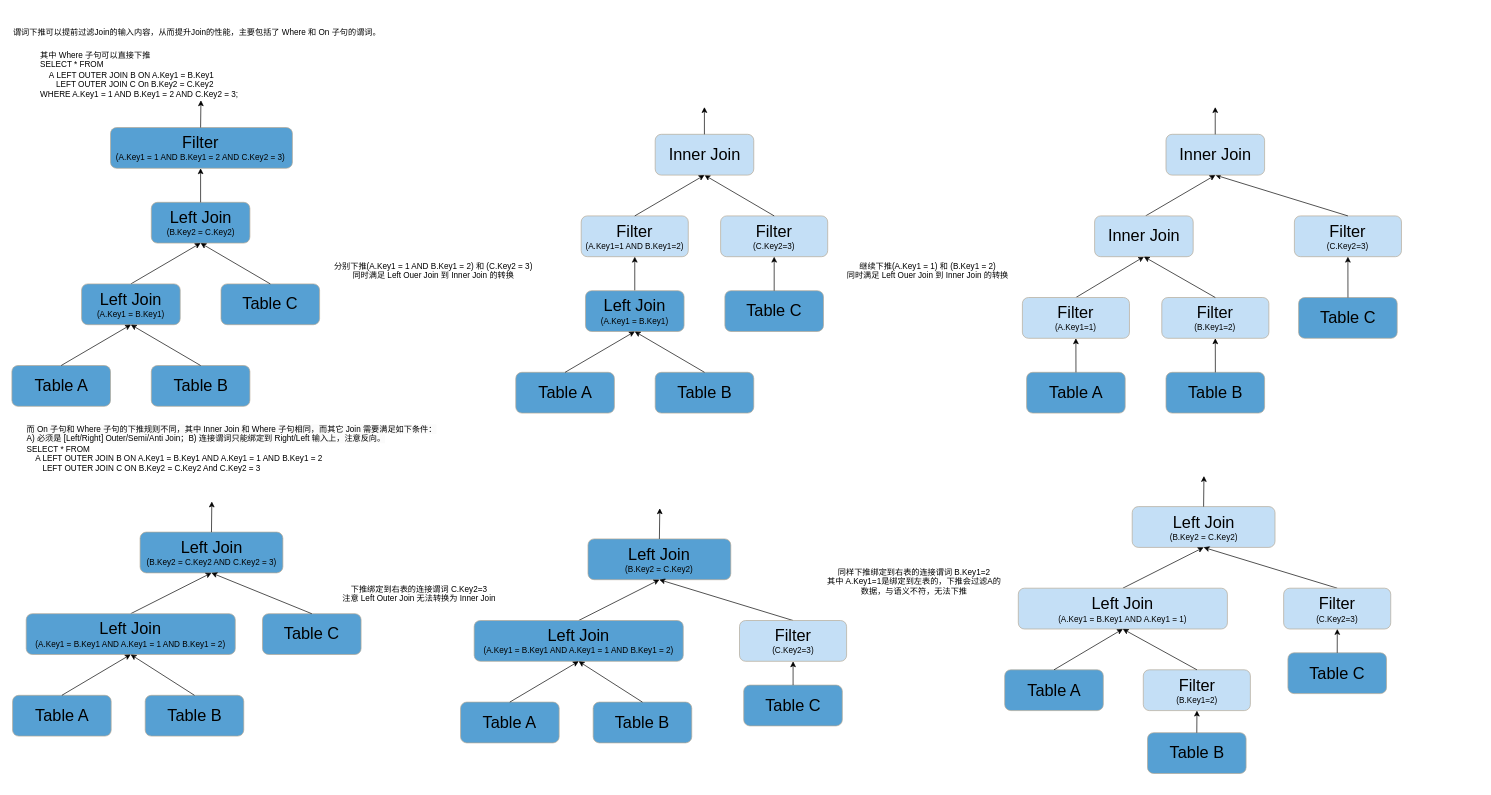
Earlier version of the draw.io diagram database/Optimize02.drawio (gohalo/mind). Source tidied: cells renumbered, new cells numbered last; positions are measured from the earlier drawing's top-left corner, leaving out a move shared by most shapes. Both pictures are drawn from the tidied source at 68%, with x=0, y=0 at pixel (12, 12).
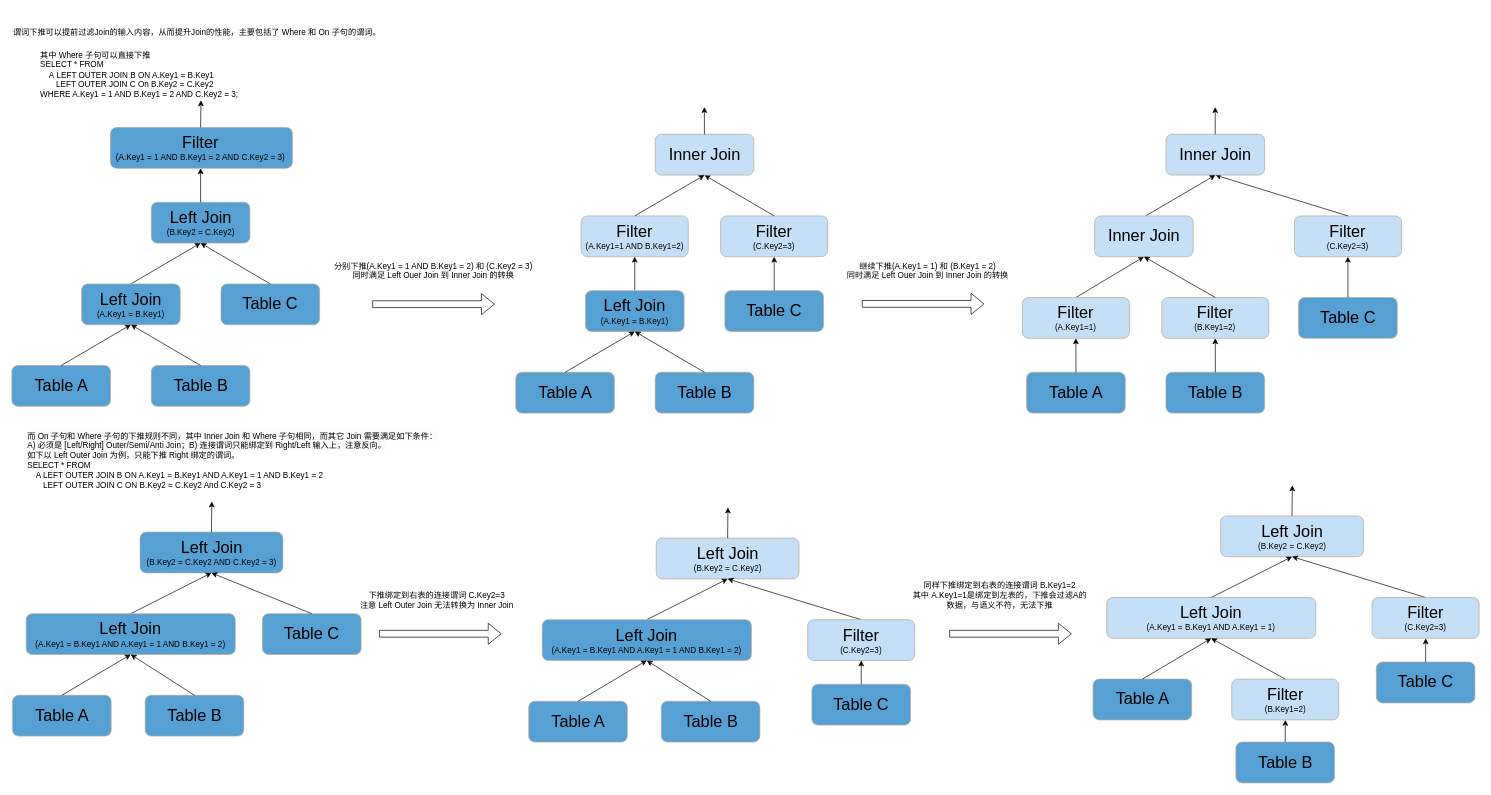
The same diagram, later.

The edit, as a diff of the source:
```diff
@@
-    <mxCell id="69" value="&lt;span style=&quot;color: rgb(0, 0, 0); font-family: Helvetica; font-size: 12px; font-style: normal; font-variant-ligatures: normal; font-variant-caps: normal; font-weight: 400; letter-spacing: normal; orphans: 2; text-align: left; text-indent: 0px; text-transform: none; widows: 2; word-spacing: 0px; -webkit-text-stroke-width: 0px; background-color: rgb(251, 251, 251); text-decoration-thickness: initial; text-decoration-style: initial; text-decoration-color: initial; float: none; display: inline !important;&quot;&gt;而 On 子句和 Where 子句的下推规则不同，其中 Inner Join 和 Where 子句相同，而其它 Join 需要满足如下条件：&lt;/span&gt;&lt;br style=&quot;border-color: var(--border-color); color: rgb(0, 0, 0); font-family: Helvetica; font-size: 12px; font-style: normal; font-variant-ligatures: normal; font-variant-caps: normal; font-weight: 400; letter-spacing: normal; orphans: 2; text-align: left; text-indent: 0px; text-transform: none; widows: 2; word-spacing: 0px; -webkit-text-stroke-width: 0px; background-color: rgb(251, 251, 251); text-decoration-thickness: initial; text-decoration-style: initial; text-decoration-color: initial;&quot;&gt;&lt;span style=&quot;orphans: 2; text-align: left; text-indent: 0px; widows: 2; background-color: rgb(251, 251, 251); text-decoration-thickness: initial; text-decoration-style: initial; text-decoration-color: initial; float: none; display: inline !important;&quot;&gt;A)&amp;nbsp;必须是 [Left/Right] Outer/Semi/Anti Join；B) 连接谓词只能绑定到 Right/Left 输入上，注意反向。&lt;br&gt;&lt;div style=&quot;&quot;&gt;SELECT * FROM&lt;/div&gt;&lt;div style=&quot;&quot;&gt;&amp;nbsp; &amp;nbsp; A LEFT OUTER JOIN B ON A.Key1 = B.Key1 AND A.Key1 = 1 AND B.Key1 = 2&lt;/div&gt;&lt;div style=&quot;&quot;&gt;&amp;nbsp; &amp;nbsp; &amp;nbsp; &amp;nbsp;LEFT OUTER JOIN C ON B.Key2 = C.Key2 And C.Key2 = 3&lt;br&gt;&lt;/div&gt;&lt;div style=&quot;color: rgb(0, 0, 0); font-family: Helvetica; font-size: 12px; font-style: normal; font-variant-ligatures: normal; font-variant-caps: normal; font-weight: 400; letter-spacing: normal; text-transform: none; word-spacing: 0px; -webkit-text-stroke-width: 0px;&quot;&gt;&lt;br&gt;&lt;/div&gt;&lt;/span&gt;" style="text;whiteSpace=wrap;html=1;" parent="1" vertex="1">
-      <mxGeometry x="20" y="600" width="676" height="90" as="geometry" />
+    <mxCell id="69" value="&lt;span style=&quot;color: rgb(0, 0, 0); font-family: Helvetica; font-size: 12px; font-style: normal; font-variant-ligatures: normal; font-variant-caps: normal; font-weight: 400; letter-spacing: normal; orphans: 2; text-align: left; text-indent: 0px; text-transform: none; widows: 2; word-spacing: 0px; -webkit-text-stroke-width: 0px; background-color: rgb(251, 251, 251); text-decoration-thickness: initial; text-decoration-style: initial; text-decoration-color: initial; float: none; display: inline !important;&quot;&gt;而 On 子句和 Where 子句的下推规则不同，其中 Inner Join 和 Where 子句相同，而其它 Join 需要满足如下条件：&lt;/span&gt;&lt;br style=&quot;border-color: var(--border-color); color: rgb(0, 0, 0); font-family: Helvetica; font-size: 12px; font-style: normal; font-variant-ligatures: normal; font-variant-caps: normal; font-weight: 400; letter-spacing: normal; orphans: 2; text-align: left; text-indent: 0px; text-transform: none; widows: 2; word-spacing: 0px; -webkit-text-stroke-width: 0px; background-color: rgb(251, 251, 251); text-decoration-thickness: initial; text-decoration-style: initial; text-decoration-color: initial;&quot;&gt;&lt;span style=&quot;orphans: 2; text-align: left; text-indent: 0px; widows: 2; background-color: rgb(251, 251, 251); text-decoration-thickness: initial; text-decoration-style: initial; text-decoration-color: initial; float: none; display: inline !important;&quot;&gt;A)&amp;nbsp;必须是 [Left/Right] Outer/Semi/Anti Join；B) 连接谓词只能绑定到 Right/Left 输入上，注意反向。&lt;br&gt;如下以 Left Outer Join 为例，只能下推 Right 绑定的谓词。&lt;br&gt;&lt;div style=&quot;&quot;&gt;SELECT * FROM&lt;/div&gt;&lt;div style=&quot;&quot;&gt;&amp;nbsp; &amp;nbsp; A LEFT OUTER JOIN B ON A.Key1 = B.Key1 AND A.Key1 = 1 AND B.Key1 = 2&lt;/div&gt;&lt;div style=&quot;&quot;&gt;&amp;nbsp; &amp;nbsp; &amp;nbsp; &amp;nbsp;LEFT OUTER JOIN C ON B.Key2 = C.Key2 And C.Key2 = 3&lt;br&gt;&lt;/div&gt;&lt;div style=&quot;color: rgb(0, 0, 0); font-family: Helvetica; font-size: 12px; font-style: normal; font-variant-ligatures: normal; font-variant-caps: normal; font-weight: 400; letter-spacing: normal; text-transform: none; word-spacing: 0px; -webkit-text-stroke-width: 0px;&quot;&gt;&lt;br&gt;&lt;/div&gt;&lt;/span&gt;" style="text;whiteSpace=wrap;html=1;" parent="1" vertex="1">
+      <mxGeometry x="21" y="610" width="676" height="100" as="geometry" />
     </mxCell>
@@
     <mxCell id="85" value="下推绑定到右表的连接谓词 C.Key2=3&lt;br&gt;注意 Left Outer Join 无法转换为 Inner Join" style="text;whiteSpace=wrap;html=1;align=center;" parent="1" vertex="1">
-      <mxGeometry x="443.5" y="835" width="310" height="40" as="geometry" />
+      <mxGeometry x="470" y="845" width="310" height="40" as="geometry" />
     </mxCell>
-    <mxCell id="86" style="rounded=1;whiteSpace=wrap;html=1;strokeColor=#b4a996;fillColor=#56a0d3;" parent="1" vertex="1">
-      <mxGeometry x="847.2" y="775" width="210" height="60" as="geometry" />
+    <mxCell id="86" style="rounded=1;whiteSpace=wrap;html=1;strokeColor=#b4a996;fillColor=#C4DFF6;" parent="1" vertex="1">
+      <mxGeometry x="947.5" y="773.8" width="210" height="60" as="geometry" />
     </mxCell>
     <mxCell id="87" value="&lt;font style=&quot;&quot;&gt;&lt;span style=&quot;font-size: 24px;&quot;&gt;Left Join&lt;br&gt;&lt;/span&gt;(B.Key2 = C.Key2)&lt;br&gt;&lt;/font&gt;" style="text;html=1;strokeColor=none;fillColor=none;align=center;verticalAlign=middle;whiteSpace=wrap;rounded=0;" parent="1" vertex="1">
-      <mxGeometry x="852.2" y="775" width="200" height="60" as="geometry" />
+      <mxGeometry x="973.8" y="773.8" width="157.5" height="60" as="geometry" />
     </mxCell>
     <mxCell id="88" style="rounded=1;whiteSpace=wrap;html=1;strokeColor=#b4a996;fillColor=#56a0d3;" parent="1" vertex="1">
-      <mxGeometry x="1076.2" y="990" width="145" height="60" as="geometry" />
+      <mxGeometry x="1176.5" y="988.8" width="145" height="60" as="geometry" />
     </mxCell>
     <mxCell id="89" value="&lt;font style=&quot;&quot;&gt;&lt;span style=&quot;font-size: 24px;&quot;&gt;Table C&lt;/span&gt;&lt;br&gt;&lt;/font&gt;" style="text;html=1;strokeColor=none;fillColor=none;align=center;verticalAlign=middle;whiteSpace=wrap;rounded=0;" parent="1" vertex="1">
-      <mxGeometry x="1088.8" y="990" width="120" height="60" as="geometry" />
+      <mxGeometry x="1189" y="988.8" width="120" height="60" as="geometry" />
     </mxCell>
@@
     <mxCell id="92" style="endArrow=classic;html=1;rounded=0;exitX=0.5;exitY=0;exitDx=0;exitDy=0;" parent="1" edge="1" source="87">
       <mxGeometry relative="1" as="geometry">
-        <mxPoint x="952.8" y="730" as="targetPoint" />
+        <mxPoint x="1053" y="728.8" as="targetPoint" />
       </mxGeometry>
     </mxCell>
     <mxCell id="93" style="rounded=1;whiteSpace=wrap;html=1;strokeColor=#b4a996;fillColor=#56a0d3;" parent="1" vertex="1">
-      <mxGeometry x="679.8" y="895" width="307.5" height="60" as="geometry" />
+      <mxGeometry x="780" y="893.8" width="307.5" height="60" as="geometry" />
     </mxCell>
     <mxCell id="94" value="&lt;font style=&quot;&quot;&gt;&lt;span style=&quot;font-size: 24px;&quot;&gt;Left Join&lt;br&gt;&lt;/span&gt;(A.Key1 = B.Key1 AND A.Key1 = 1 AND B.Key1 = 2)&lt;br&gt;&lt;/font&gt;" style="text;html=1;strokeColor=none;fillColor=none;align=center;verticalAlign=middle;whiteSpace=wrap;rounded=0;" parent="1" vertex="1">
-      <mxGeometry x="691" y="895" width="285" height="60" as="geometry" />
+      <mxGeometry x="791.2" y="893.8" width="285" height="60" as="geometry" />
     </mxCell>
     <mxCell id="95" style="rounded=1;whiteSpace=wrap;html=1;strokeColor=#b4a996;fillColor=#56a0d3;" parent="1" vertex="1">
-      <mxGeometry x="659.8" y="1015" width="145" height="60" as="geometry" />
+      <mxGeometry x="760" y="1013.8" width="145" height="60" as="geometry" />
     </mxCell>
     <mxCell id="96" value="&lt;font style=&quot;&quot;&gt;&lt;span style=&quot;font-size: 24px;&quot;&gt;Table A&lt;/span&gt;&lt;br&gt;&lt;/font&gt;" style="text;html=1;strokeColor=none;fillColor=none;align=center;verticalAlign=middle;whiteSpace=wrap;rounded=0;" parent="1" vertex="1">
-      <mxGeometry x="672.2" y="1015" width="120" height="60" as="geometry" />
+      <mxGeometry x="772.5" y="1013.8" width="120" height="60" as="geometry" />
     </mxCell>
     <mxCell id="97" style="rounded=1;whiteSpace=wrap;html=1;strokeColor=#b4a996;fillColor=#56a0d3;" parent="1" vertex="1">
-      <mxGeometry x="854.8" y="1015" width="145" height="60" as="geometry" />
+      <mxGeometry x="955" y="1013.8" width="145" height="60" as="geometry" />
     </mxCell>
     <mxCell id="98" value="&lt;font style=&quot;&quot;&gt;&lt;span style=&quot;font-size: 24px;&quot;&gt;Table B&lt;/span&gt;&lt;br&gt;&lt;/font&gt;" style="text;html=1;strokeColor=none;fillColor=none;align=center;verticalAlign=middle;whiteSpace=wrap;rounded=0;" parent="1" vertex="1">
-      <mxGeometry x="867.2" y="1015" width="120" height="60" as="geometry" />
+      <mxGeometry x="967.5" y="1013.8" width="120" height="60" as="geometry" />
     </mxCell>
@@
     <mxCell id="101" style="rounded=1;whiteSpace=wrap;html=1;strokeColor=#b4a996;fillColor=#c4dff6;" parent="1" vertex="1">
-      <mxGeometry x="1070" y="895" width="157.5" height="60" as="geometry" />
+      <mxGeometry x="1170.2" y="893.8" width="157.5" height="60" as="geometry" />
     </mxCell>
     <mxCell id="102" value="&lt;font style=&quot;&quot;&gt;&lt;span style=&quot;font-size: 24px;&quot;&gt;Filter&lt;br&gt;&lt;/span&gt;(C.Key2=3)&lt;br&gt;&lt;/font&gt;" style="text;html=1;strokeColor=none;fillColor=none;align=center;verticalAlign=middle;whiteSpace=wrap;rounded=0;" parent="1" vertex="1">
-      <mxGeometry x="1073.8" y="895" width="150" height="60" as="geometry" />
+      <mxGeometry x="1174" y="893.8" width="150" height="60" as="geometry" />
     </mxCell>
@@
     <mxCell id="104" style="rounded=1;whiteSpace=wrap;html=1;strokeColor=#b4a996;fillColor=#C4DFF6;" parent="1" vertex="1">
-      <mxGeometry x="1647.5" y="727.5" width="210" height="60" as="geometry" />
+      <mxGeometry x="1777.5" y="741.2" width="210" height="60" as="geometry" />
     </mxCell>
     <mxCell id="105" value="&lt;font style=&quot;&quot;&gt;&lt;span style=&quot;font-size: 24px;&quot;&gt;Left Join&lt;br&gt;&lt;/span&gt;(B.Key2 = C.Key2)&lt;br&gt;&lt;/font&gt;" style="text;html=1;strokeColor=none;fillColor=none;align=center;verticalAlign=middle;whiteSpace=wrap;rounded=0;" parent="1" vertex="1">
-      <mxGeometry x="1671.6" y="727.5" width="161.8" height="60" as="geometry" />
+      <mxGeometry x="1801.6" y="741.2" width="161.8" height="60" as="geometry" />
     </mxCell>
     <mxCell id="106" style="rounded=1;whiteSpace=wrap;html=1;strokeColor=#b4a996;fillColor=#56a0d3;" parent="1" vertex="1">
-      <mxGeometry x="1876.5" y="942.5" width="145" height="60" as="geometry" />
+      <mxGeometry x="2006.5" y="956.2" width="145" height="60" as="geometry" />
     </mxCell>
     <mxCell id="107" value="&lt;font style=&quot;&quot;&gt;&lt;span style=&quot;font-size: 24px;&quot;&gt;Table C&lt;/span&gt;&lt;br&gt;&lt;/font&gt;" style="text;html=1;strokeColor=none;fillColor=none;align=center;verticalAlign=middle;whiteSpace=wrap;rounded=0;" parent="1" vertex="1">
-      <mxGeometry x="1889" y="942.5" width="120" height="60" as="geometry" />
+      <mxGeometry x="2019" y="956.2" width="120" height="60" as="geometry" />
     </mxCell>
@@
     <mxCell id="110" style="endArrow=classic;html=1;rounded=0;exitX=0.5;exitY=0;exitDx=0;exitDy=0;" parent="1" edge="1" source="105">
       <mxGeometry relative="1" as="geometry">
-        <mxPoint x="1753" y="682.5" as="targetPoint" />
+        <mxPoint x="1883" y="696.2" as="targetPoint" />
       </mxGeometry>
     </mxCell>
     <mxCell id="111" style="rounded=1;whiteSpace=wrap;html=1;strokeColor=#b4a996;fillColor=#C4DFF6;" parent="1" vertex="1">
-      <mxGeometry x="1480" y="847.5" width="307.5" height="60" as="geometry" />
+      <mxGeometry x="1610" y="861.2" width="307.5" height="60" as="geometry" />
     </mxCell>
     <mxCell id="112" value="&lt;font style=&quot;&quot;&gt;&lt;span style=&quot;font-size: 24px;&quot;&gt;Left Join&lt;br&gt;&lt;/span&gt;(A.Key1 = B.Key1 AND A.Key1 = 1)&lt;br&gt;&lt;/font&gt;" style="text;html=1;strokeColor=none;fillColor=none;align=center;verticalAlign=middle;whiteSpace=wrap;rounded=0;" parent="1" vertex="1">
-      <mxGeometry x="1491.2" y="847.5" width="285" height="60" as="geometry" />
+      <mxGeometry x="1621.2" y="861.2" width="285" height="60" as="geometry" />
     </mxCell>
     <mxCell id="113" style="rounded=1;whiteSpace=wrap;html=1;strokeColor=#b4a996;fillColor=#56a0d3;" parent="1" vertex="1">
-      <mxGeometry x="1460" y="967.5" width="145" height="60" as="geometry" />
+      <mxGeometry x="1590" y="981.2" width="145" height="60" as="geometry" />
     </mxCell>
     <mxCell id="114" value="&lt;font style=&quot;&quot;&gt;&lt;span style=&quot;font-size: 24px;&quot;&gt;Table A&lt;/span&gt;&lt;br&gt;&lt;/font&gt;" style="text;html=1;strokeColor=none;fillColor=none;align=center;verticalAlign=middle;whiteSpace=wrap;rounded=0;" parent="1" vertex="1">
-      <mxGeometry x="1472.5" y="967.5" width="120" height="60" as="geometry" />
+      <mxGeometry x="1602.5" y="981.2" width="120" height="60" as="geometry" />
     </mxCell>
     <mxCell id="115" style="rounded=1;whiteSpace=wrap;html=1;strokeColor=#b4a996;fillColor=#56a0d3;" parent="1" vertex="1">
-      <mxGeometry x="1670" y="1060" width="145" height="60" as="geometry" />
+      <mxGeometry x="1800" y="1073.8" width="145" height="60" as="geometry" />
     </mxCell>
     <mxCell id="116" value="&lt;font style=&quot;&quot;&gt;&lt;span style=&quot;font-size: 24px;&quot;&gt;Table B&lt;/span&gt;&lt;br&gt;&lt;/font&gt;" style="text;html=1;strokeColor=none;fillColor=none;align=center;verticalAlign=middle;whiteSpace=wrap;rounded=0;" parent="1" vertex="1">
-      <mxGeometry x="1682.5" y="1060" width="120" height="60" as="geometry" />
+      <mxGeometry x="1812.5" y="1073.8" width="120" height="60" as="geometry" />
     </mxCell>
@@
     <mxCell id="119" style="rounded=1;whiteSpace=wrap;html=1;strokeColor=#b4a996;fillColor=#c4dff6;" parent="1" vertex="1">
-      <mxGeometry x="1870.2" y="847.5" width="157.5" height="60" as="geometry" />
+      <mxGeometry x="2000.2" y="861.2" width="157.5" height="60" as="geometry" />
     </mxCell>
     <mxCell id="120" value="&lt;font style=&quot;&quot;&gt;&lt;span style=&quot;font-size: 24px;&quot;&gt;Filter&lt;br&gt;&lt;/span&gt;(C.Key2=3)&lt;br&gt;&lt;/font&gt;" style="text;html=1;strokeColor=none;fillColor=none;align=center;verticalAlign=middle;whiteSpace=wrap;rounded=0;" parent="1" vertex="1">
-      <mxGeometry x="1889.2" y="847.5" width="119.8" height="60" as="geometry" />
+      <mxGeometry x="2019.2" y="861.2" width="119.8" height="60" as="geometry" />
     </mxCell>
@@
     <mxCell id="122" value="同样下推绑定到右表的连接谓词 B.Key1=2&lt;br&gt;其中 A.Key1=1是绑定到左表的，下推会过滤A的数据，与语义不符，无法下推" style="text;whiteSpace=wrap;html=1;align=center;" parent="1" vertex="1">
-      <mxGeometry x="1196" y="810" width="262.2" height="55" as="geometry" />
+      <mxGeometry x="1321.5" y="830" width="262.2" height="55" as="geometry" />
     </mxCell>
     <mxCell id="123" style="rounded=1;whiteSpace=wrap;html=1;strokeColor=#b4a996;fillColor=#c4dff6;" parent="1" vertex="1">
-      <mxGeometry x="1663.8" y="967.5" width="157.5" height="60" as="geometry" />
+      <mxGeometry x="1793.8" y="981.2" width="157.5" height="60" as="geometry" />
     </mxCell>
     <mxCell id="124" value="&lt;font style=&quot;&quot;&gt;&lt;span style=&quot;font-size: 24px;&quot;&gt;Filter&lt;br&gt;&lt;/span&gt;(B.Key1=2)&lt;br&gt;&lt;/font&gt;" style="text;html=1;strokeColor=none;fillColor=none;align=center;verticalAlign=middle;whiteSpace=wrap;rounded=0;" parent="1" vertex="1">
-      <mxGeometry x="1682.8" y="967.5" width="119.8" height="60" as="geometry" />
+      <mxGeometry x="1812.8" y="981.2" width="119.8" height="60" as="geometry" />
     </mxCell>
@@
+    <mxCell id="126" style="shape=flexArrow;endArrow=classic;html=1;rounded=0;" parent="1" edge="1">
+      <mxGeometry relative="1" as="geometry">
+        <mxPoint x="530" y="429.8" as="sourcePoint" />
+        <mxPoint x="710" y="429.8" as="targetPoint" />
+      </mxGeometry>
+    </mxCell>
+    <mxCell id="127" style="shape=flexArrow;endArrow=classic;html=1;rounded=0;" parent="1" edge="1">
+      <mxGeometry relative="1" as="geometry">
+        <mxPoint x="1250" y="429.4" as="sourcePoint" />
+        <mxPoint x="1430" y="429.4" as="targetPoint" />
+      </mxGeometry>
+    </mxCell>
+    <mxCell id="128" style="shape=flexArrow;endArrow=classic;html=1;rounded=0;" parent="1" edge="1">
+      <mxGeometry relative="1" as="geometry">
+        <mxPoint x="540" y="914.5" as="sourcePoint" />
+        <mxPoint x="720" y="914.5" as="targetPoint" />
+      </mxGeometry>
+    </mxCell>
+    <mxCell id="129" style="shape=flexArrow;endArrow=classic;html=1;rounded=0;" parent="1" edge="1">
+      <mxGeometry relative="1" as="geometry">
+        <mxPoint x="1378.5" y="914.5" as="sourcePoint" />
+        <mxPoint x="1558.5" y="914.5" as="targetPoint" />
+      </mxGeometry>
+    </mxCell>
```
